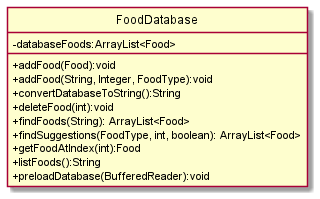
Above: docs/diagrams-DG/FoodDatabase_Class.png in praj-bellakka/tp (PlantUML), before the change. Source of this version:
```plantuml
@startuml

hide circle
skinparam classAttributeIconSize 0

class FoodDatabase {
- databaseFoods:ArrayList<Food>
+ addFood(Food):void
+ addFood(String, Integer, FoodType):void
+ convertDatabaseToString():String
+ deleteFood(int):void
+ findFoods(String): ArrayList<Food>
+ findSuggestions(FoodType, int, boolean): ArrayList<Food>
+ getFoodAtIndex(int):Food
+ listFoods():String
+ preloadDatabase(BufferedReader):void
}


@enduml
```
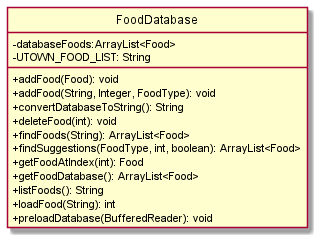
After the change.

What changed in the source:
```diff
@@ -5,15 +5,18 @@
 
 class FoodDatabase {
 - databaseFoods:ArrayList<Food>
-+ addFood(Food):void
-+ addFood(String, Integer, FoodType):void
-+ convertDatabaseToString():String
-+ deleteFood(int):void
+- UTOWN_FOOD_LIST: String
++ addFood(Food): void
++ addFood(String, Integer, FoodType): void
++ convertDatabaseToString(): String
++ deleteFood(int): void
 + findFoods(String): ArrayList<Food>
 + findSuggestions(FoodType, int, boolean): ArrayList<Food>
-+ getFoodAtIndex(int):Food
-+ listFoods():String
-+ preloadDatabase(BufferedReader):void
++ getFoodAtIndex(int): Food
++ getFoodDatabase(): ArrayList<Food>
++ listFoods(): String
++ loadFood(String): int
++ preloadDatabase(BufferedReader): void
 }
 
 
```
